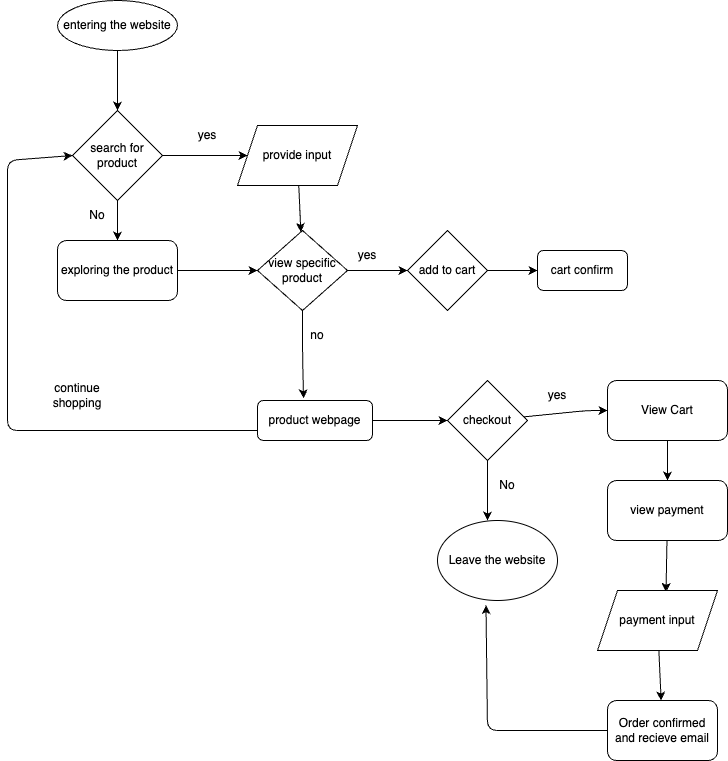
Mominahabibi19/sp24-cse110-lab4 keeps this draw.io diagram as explore/diagramming/diagram.drawio.png. Above is the earlier version. Source tidied: cells renumbered, new cells last; positions are measured from the earlier drawing's top-left corner, leaving out a move shared by most shapes.
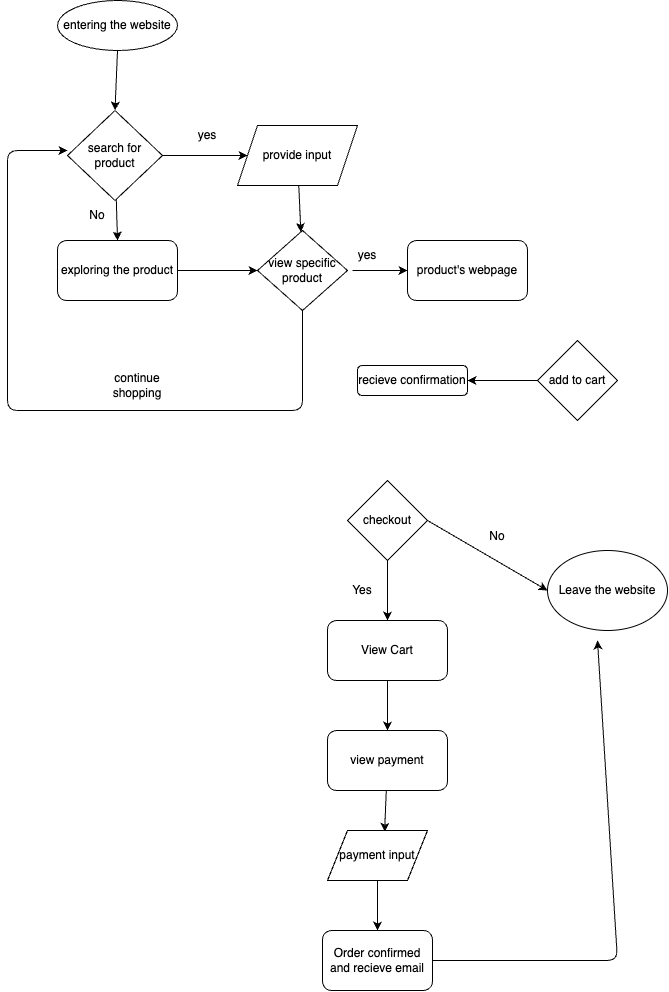
After the commit.

What changed in the source:
```diff
@@ -9,7 +9,7 @@
       <mxGeometry relative="1" as="geometry" />
     </mxCell>
     <mxCell id="4" value="search for product" style="rhombus;whiteSpace=wrap;html=1;" parent="1" vertex="1">
-      <mxGeometry x="65" y="110" width="90" height="90" as="geometry" />
+      <mxGeometry x="60" y="110" width="95" height="90" as="geometry" />
     </mxCell>
     <mxCell id="5" style="edgeStyle=none;html=1;" parent="1" edge="1">
       <mxGeometry relative="1" as="geometry">
@@ -38,107 +38,91 @@
     <mxCell id="12" value="entering the website" style="ellipse;whiteSpace=wrap;html=1;" parent="1" vertex="1">
       <mxGeometry x="50" width="120" height="50" as="geometry" />
     </mxCell>
-    <mxCell id="13" style="edgeStyle=none;html=1;entryX=0;entryY=0.5;entryDx=0;entryDy=0;" parent="1" edge="1" source="15" target="18">
-      <mxGeometry relative="1" as="geometry" />
-    </mxCell>
-    <mxCell id="14" style="edgeStyle=none;html=1;entryX=0.4;entryY=-0.056;entryDx=0;entryDy=0;entryPerimeter=0;" parent="1" edge="1" source="15" target="24">
-      <mxGeometry relative="1" as="geometry">
-        <Array as="points">
-          <mxPoint x="295" y="350" />
-        </Array>
-      </mxGeometry>
-    </mxCell>
+    <mxCell id="40" style="edgeStyle=none;html=1;" parent="1" edge="1" source="15">
+      <mxGeometry relative="1" as="geometry">
+        <mxPoint x="60" y="150" as="targetPoint" />
+        <Array as="points">
+          <mxPoint x="295" y="410" />
+          <mxPoint y="410" />
+          <mxPoint y="150" />
+        </Array>
+      </mxGeometry>
+    </mxCell>
     <mxCell id="15" value="view specific product" style="rhombus;whiteSpace=wrap;html=1;" parent="1" vertex="1">
       <mxGeometry x="250" y="230" width="90" height="80" as="geometry" />
     </mxCell>
     <mxCell id="16" value="No" style="text;html=1;strokeColor=none;fillColor=none;align=center;verticalAlign=middle;whiteSpace=wrap;rounded=0;" parent="1" vertex="1">
       <mxGeometry x="60" y="200" width="60" height="30" as="geometry" />
     </mxCell>
-    <mxCell id="17" style="edgeStyle=none;html=1;entryX=0;entryY=0.5;entryDx=0;entryDy=0;" parent="1" edge="1" source="18" target="20">
+    <mxCell id="17" style="edgeStyle=none;html=1;" parent="1" edge="1" source="18" target="20">
       <mxGeometry relative="1" as="geometry" />
     </mxCell>
     <mxCell id="18" value="add to cart" style="rhombus;whiteSpace=wrap;html=1;" parent="1" vertex="1">
-      <mxGeometry x="400" y="230" width="80" height="80" as="geometry" />
+      <mxGeometry x="530" y="340" width="80" height="80" as="geometry" />
     </mxCell>
+    <mxCell id="41" style="edgeStyle=none;html=1;exitX=0.25;exitY=1;exitDx=0;exitDy=0;" parent="1" edge="1" source="19">
+      <mxGeometry relative="1" as="geometry">
+        <mxPoint x="400" y="270" as="targetPoint" />
+      </mxGeometry>
+    </mxCell>
     <mxCell id="19" value="yes" style="text;html=1;strokeColor=none;fillColor=none;align=center;verticalAlign=middle;whiteSpace=wrap;rounded=0;" parent="1" vertex="1">
       <mxGeometry x="330" y="240" width="60" height="30" as="geometry" />
     </mxCell>
-    <mxCell id="20" value="cart confirm" style="rounded=1;whiteSpace=wrap;html=1;" parent="1" vertex="1">
-      <mxGeometry x="530" y="250" width="90" height="40" as="geometry" />
+    <mxCell id="20" value="recieve confirmation" style="rounded=1;whiteSpace=wrap;html=1;" parent="1" vertex="1">
+      <mxGeometry x="350" y="365" width="110" height="30" as="geometry" />
     </mxCell>
-    <mxCell id="21" value="continue shopping" style="text;html=1;strokeColor=none;fillColor=none;align=center;verticalAlign=middle;whiteSpace=wrap;rounded=0;" parent="1" vertex="1">
-      <mxGeometry x="40" y="380" width="60" height="30" as="geometry" />
-    </mxCell>
-    <mxCell id="22" style="edgeStyle=none;html=1;exitX=0;exitY=0.75;exitDx=0;exitDy=0;exitPerimeter=0;entryX=0;entryY=0.5;entryDx=0;entryDy=0;" parent="1" edge="1" source="24" target="4">
-      <mxGeometry relative="1" as="geometry">
-        <Array as="points">
-          <mxPoint y="430" />
-          <mxPoint y="210" />
-          <mxPoint y="160" />
-        </Array>
-      </mxGeometry>
-    </mxCell>
-    <mxCell id="23" style="edgeStyle=none;html=1;" parent="1" edge="1" source="24" target="27">
-      <mxGeometry relative="1" as="geometry" />
-    </mxCell>
-    <mxCell id="24" value="product webpage" style="rounded=1;whiteSpace=wrap;html=1;" parent="1" vertex="1">
-      <mxGeometry x="250" y="400" width="115" height="40" as="geometry" />
-    </mxCell>
-    <mxCell id="25" style="edgeStyle=none;html=1;" parent="1" edge="1" source="27">
-      <mxGeometry relative="1" as="geometry">
-        <mxPoint x="600" y="410" as="targetPoint" />
-        <Array as="points">
-          <mxPoint x="580" y="410" />
-        </Array>
-      </mxGeometry>
-    </mxCell>
-    <mxCell id="26" style="edgeStyle=none;html=1;" parent="1" edge="1" source="27">
-      <mxGeometry relative="1" as="geometry">
-        <mxPoint x="480" y="520" as="targetPoint" />
-      </mxGeometry>
-    </mxCell>
+    <mxCell id="42" style="edgeStyle=none;html=1;entryX=0.5;entryY=0;entryDx=0;entryDy=0;" parent="1" edge="1" source="27" target="33">
+      <mxGeometry relative="1" as="geometry" />
+    </mxCell>
+    <mxCell id="43" style="edgeStyle=none;html=1;entryX=0;entryY=0.5;entryDx=0;entryDy=0;exitX=1;exitY=0.5;exitDx=0;exitDy=0;" parent="1" edge="1" source="27" target="31">
+      <mxGeometry relative="1" as="geometry" />
+    </mxCell>
     <mxCell id="27" value="checkout" style="rhombus;whiteSpace=wrap;html=1;" parent="1" vertex="1">
-      <mxGeometry x="440" y="380" width="80" height="80" as="geometry" />
+      <mxGeometry x="340" y="480" width="80" height="80" as="geometry" />
     </mxCell>
-    <mxCell id="28" value="yes" style="text;html=1;strokeColor=none;fillColor=none;align=center;verticalAlign=middle;whiteSpace=wrap;rounded=0;" parent="1" vertex="1">
-      <mxGeometry x="520" y="380" width="60" height="30" as="geometry" />
-    </mxCell>
-    <mxCell id="29" value="no" style="text;html=1;strokeColor=none;fillColor=none;align=center;verticalAlign=middle;whiteSpace=wrap;rounded=0;" parent="1" vertex="1">
-      <mxGeometry x="280" y="320" width="60" height="30" as="geometry" />
-    </mxCell>
-    <mxCell id="30" value="No" style="text;html=1;strokeColor=none;fillColor=none;align=center;verticalAlign=middle;whiteSpace=wrap;rounded=0;" parent="1" vertex="1">
-      <mxGeometry x="470" y="470" width="60" height="30" as="geometry" />
-    </mxCell>
     <mxCell id="31" value="Leave the website" style="ellipse;whiteSpace=wrap;html=1;" parent="1" vertex="1">
-      <mxGeometry x="430" y="520" width="120" height="80" as="geometry" />
+      <mxGeometry x="540" y="550" width="120" height="80" as="geometry" />
     </mxCell>
     <mxCell id="32" style="edgeStyle=none;html=1;entryX=0.5;entryY=0;entryDx=0;entryDy=0;" parent="1" edge="1" source="33" target="35">
       <mxGeometry relative="1" as="geometry" />
     </mxCell>
     <mxCell id="33" value="View Cart" style="rounded=1;whiteSpace=wrap;html=1;" parent="1" vertex="1">
-      <mxGeometry x="600" y="380" width="120" height="60" as="geometry" />
+      <mxGeometry x="320" y="620" width="120" height="60" as="geometry" />
     </mxCell>
     <mxCell id="34" style="edgeStyle=none;html=1;entryX=0.571;entryY=0.025;entryDx=0;entryDy=0;entryPerimeter=0;" parent="1" edge="1" source="35" target="37">
       <mxGeometry relative="1" as="geometry" />
     </mxCell>
     <mxCell id="35" value="view payment" style="rounded=1;whiteSpace=wrap;html=1;" parent="1" vertex="1">
-      <mxGeometry x="600" y="480" width="120" height="60" as="geometry" />
+      <mxGeometry x="320" y="730" width="120" height="60" as="geometry" />
     </mxCell>
     <mxCell id="36" style="edgeStyle=none;html=1;" parent="1" edge="1" source="37" target="39">
       <mxGeometry relative="1" as="geometry" />
     </mxCell>
     <mxCell id="37" value="payment input" style="shape=parallelogram;perimeter=parallelogramPerimeter;whiteSpace=wrap;html=1;fixedSize=1;" parent="1" vertex="1">
-      <mxGeometry x="590" y="590" width="120" height="60" as="geometry" />
+      <mxGeometry x="320" y="830" width="100" height="50" as="geometry" />
     </mxCell>
-    <mxCell id="38" style="edgeStyle=none;html=1;entryX=0.404;entryY=1.058;entryDx=0;entryDy=0;entryPerimeter=0;" parent="1" edge="1" source="39" target="31">
-      <mxGeometry relative="1" as="geometry">
-        <Array as="points">
-          <mxPoint x="480" y="730" />
-        </Array>
-      </mxGeometry>
-    </mxCell>
+    <mxCell id="44" style="edgeStyle=none;html=1;" parent="1" edge="1" source="39">
+      <mxGeometry relative="1" as="geometry">
+        <mxPoint x="590" y="640" as="targetPoint" />
+        <Array as="points">
+          <mxPoint x="610" y="960" />
+        </Array>
+      </mxGeometry>
+    </mxCell>
     <mxCell id="39" value="Order confirmed and recieve email" style="rounded=1;whiteSpace=wrap;html=1;" parent="1" vertex="1">
-      <mxGeometry x="600" y="700" width="110" height="60" as="geometry" />
+      <mxGeometry x="315" y="930" width="110" height="60" as="geometry" />
     </mxCell>
+    <mxCell id="45" value="product's webpage" style="rounded=1;whiteSpace=wrap;html=1;" parent="1" vertex="1">
+      <mxGeometry x="400" y="240" width="120" height="60" as="geometry" />
+    </mxCell>
+    <mxCell id="21" value="continue shopping" style="text;html=1;strokeColor=none;fillColor=none;align=center;verticalAlign=middle;whiteSpace=wrap;rounded=0;" parent="1" vertex="1">
+      <mxGeometry x="100" y="370" width="60" height="30" as="geometry" />
+    </mxCell>
+    <mxCell id="46" value="Yes" style="text;html=1;strokeColor=none;fillColor=none;align=center;verticalAlign=middle;whiteSpace=wrap;rounded=0;" parent="1" vertex="1">
+      <mxGeometry x="325" y="575" width="60" height="30" as="geometry" />
+    </mxCell>
+    <mxCell id="30" value="No" style="text;html=1;strokeColor=none;fillColor=none;align=center;verticalAlign=middle;whiteSpace=wrap;rounded=0;" parent="1" vertex="1">
+      <mxGeometry x="460" y="521" width="60" height="30" as="geometry" />
+    </mxCell>
   </root>
 </mxGraphModel>
```
